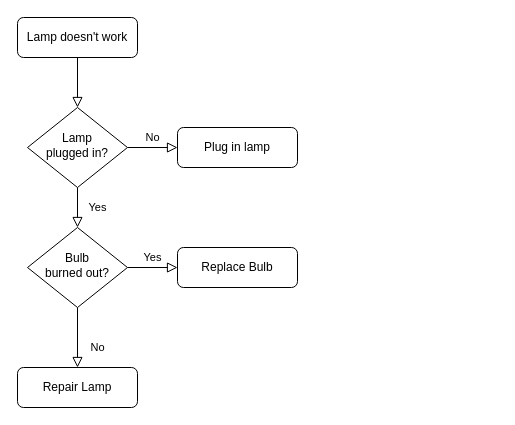
The draw.io diagram syf-files/未命名绘图.drawio in eclaircy/draw.io-repository, before the edit. Source tidied: cells renumbered, new cells numbered last; positions are measured from the earlier drawing's top-left corner, leaving out a move shared by most shapes. Both pictures are drawn from the tidied source at 100%, with x=0, y=0 at pixel (17, 17).
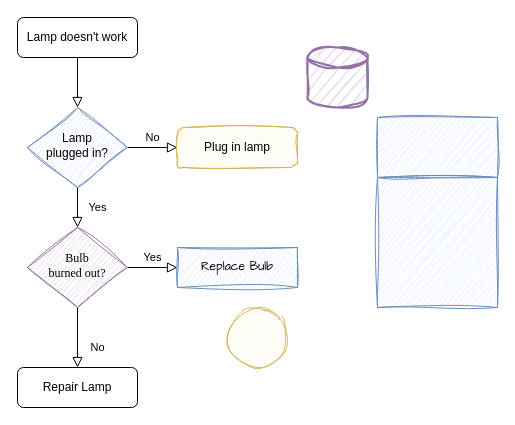
After the change.

Diff of the diagram source:
```diff
@@
 <mxGraphModel>
   <root>
     <mxCell id="0" />
     <mxCell id="1" parent="0" />
     <mxCell id="2" style="rounded=0;html=1;jettySize=auto;fontSize=11;endArrow=block;endFill=0;endSize=8;strokeWidth=1;shadow=0;labelBackgroundColor=none;edgeStyle=orthogonalEdgeStyle;" parent="1" edge="1" source="3" target="6">
       <mxGeometry relative="1" as="geometry" />
     </mxCell>
     <mxCell id="3" value="Lamp doesn't work" style="rounded=1;whiteSpace=wrap;html=1;fontSize=12;glass=0;strokeWidth=1;shadow=0;" parent="1" vertex="1">
       <mxGeometry width="120" height="40" as="geometry" />
     </mxCell>
     <mxCell id="4" value="Yes" style="rounded=0;html=1;jettySize=auto;fontSize=11;endArrow=block;endFill=0;endSize=8;strokeWidth=1;shadow=0;labelBackgroundColor=none;edgeStyle=orthogonalEdgeStyle;" parent="1" edge="1" source="6" target="10">
       <mxGeometry y="20" relative="1" as="geometry" />
     </mxCell>
     <mxCell id="5" value="No" style="edgeStyle=orthogonalEdgeStyle;rounded=0;html=1;jettySize=auto;fontSize=11;endArrow=block;endFill=0;endSize=8;strokeWidth=1;shadow=0;labelBackgroundColor=none;" parent="1" edge="1" source="6" target="7">
       <mxGeometry y="10" relative="1" as="geometry" />
     </mxCell>
-    <mxCell id="6" value="Lamp&lt;br&gt;plugged in?" style="rhombus;whiteSpace=wrap;html=1;shadow=0;fontFamily=Helvetica;fontSize=12;align=center;strokeWidth=1;spacing=6;spacingTop=-4;" parent="1" vertex="1">
+    <mxCell id="6" value="Lamp&lt;br&gt;plugged in?" style="rhombus;whiteSpace=wrap;html=1;shadow=0;fontFamily=Helvetica;fontSize=12;align=center;strokeWidth=1;spacing=6;spacingTop=-4;fillColor=#dae8fc;strokeColor=#6c8ebf;sketch=1;curveFitting=1;jiggle=2;" parent="1" vertex="1">
       <mxGeometry x="10" y="90" width="100" height="80" as="geometry" />
     </mxCell>
-    <mxCell id="7" value="Plug in lamp" style="rounded=1;whiteSpace=wrap;html=1;fontSize=12;glass=0;strokeWidth=1;shadow=0;" parent="1" vertex="1">
+    <mxCell id="7" value="Plug in lamp" style="rounded=1;whiteSpace=wrap;html=1;fontSize=12;glass=0;strokeWidth=1;shadow=0;fillColor=#fff2cc;strokeColor=#d6b656;sketch=1;curveFitting=1;jiggle=2;" parent="1" vertex="1">
       <mxGeometry x="160" y="110" width="120" height="40" as="geometry" />
     </mxCell>
     <mxCell id="8" value="No" style="rounded=0;html=1;jettySize=auto;fontSize=11;endArrow=block;endFill=0;endSize=8;strokeWidth=1;shadow=0;labelBackgroundColor=none;edgeStyle=orthogonalEdgeStyle;" parent="1" edge="1" source="10" target="11">
       <mxGeometry x="0.33" y="20" relative="1" as="geometry" />
     </mxCell>
     <mxCell id="9" value="Yes" style="edgeStyle=orthogonalEdgeStyle;rounded=0;html=1;jettySize=auto;fontSize=11;endArrow=block;endFill=0;endSize=8;strokeWidth=1;shadow=0;labelBackgroundColor=none;" parent="1" edge="1" source="10" target="12">
       <mxGeometry y="10" relative="1" as="geometry" />
     </mxCell>
-    <mxCell id="10" value="Bulb&lt;br&gt;burned out?" style="rhombus;whiteSpace=wrap;html=1;shadow=0;fontFamily=Helvetica;fontSize=12;align=center;strokeWidth=1;spacing=6;spacingTop=-4;" parent="1" vertex="1">
+    <mxCell id="10" value="Bulb&lt;br&gt;burned out?" style="rhombus;whiteSpace=wrap;html=1;shadow=0;fontFamily=Times New Roman;fontSize=12;align=center;strokeWidth=1;spacing=6;spacingTop=-4;fillColor=#e1d5e7;strokeColor=#9673a6;rounded=0;sketch=1;curveFitting=1;jiggle=2;" parent="1" vertex="1">
       <mxGeometry x="10" y="210" width="100" height="80" as="geometry" />
     </mxCell>
     <mxCell id="11" value="Repair Lamp" style="rounded=1;whiteSpace=wrap;html=1;fontSize=12;glass=0;strokeWidth=1;shadow=0;" parent="1" vertex="1">
       <mxGeometry y="350" width="120" height="40" as="geometry" />
     </mxCell>
-    <mxCell id="12" value="Replace Bulb" style="rounded=1;whiteSpace=wrap;html=1;fontSize=12;glass=0;strokeWidth=1;shadow=0;" parent="1" vertex="1">
+    <mxCell id="12" value="Replace Bulb" style="rounded=0;whiteSpace=wrap;html=1;fontSize=12;glass=0;strokeWidth=1;shadow=0;fillColor=#dae8fc;strokeColor=#6c8ebf;sketch=1;curveFitting=1;jiggle=2;fontFamily=Comic Sans MS;" parent="1" vertex="1">
       <mxGeometry x="160" y="230" width="120" height="40" as="geometry" />
     </mxCell>
+    <mxCell id="13" style="strokeWidth=2;html=1;shape=mxgraph.flowchart.database;whiteSpace=wrap;shadow=0;fillColor=#e1d5e7;strokeColor=#9673a6;sketch=1;curveFitting=1;jiggle=2;" parent="1" vertex="1">
+      <mxGeometry x="290" y="30" width="60" height="60" as="geometry" />
+    </mxCell>
+    <mxCell id="14" style="rounded=0;whiteSpace=wrap;html=1;fillColor=#dae8fc;strokeColor=#6c8ebf;sketch=1;curveFitting=1;jiggle=2;glass=0;" parent="1" vertex="1">
+      <mxGeometry x="360" y="100" width="120" height="60" as="geometry" />
+    </mxCell>
+    <mxCell id="15" style="rounded=0;whiteSpace=wrap;html=1;fillColor=#dae8fc;strokeColor=#6c8ebf;sketch=1;curveFitting=1;jiggle=2;" parent="1" vertex="1">
+      <mxGeometry x="360" y="160" width="120" height="130" as="geometry" />
+    </mxCell>
+    <mxCell id="16" style="ellipse;whiteSpace=wrap;html=1;fillColor=#fff2cc;strokeColor=#d6b656;sketch=1;curveFitting=1;jiggle=2;" parent="1" vertex="1">
+      <mxGeometry x="210" y="290" width="60" height="60" as="geometry" />
+    </mxCell>
   </root>
 </mxGraphModel>
```
